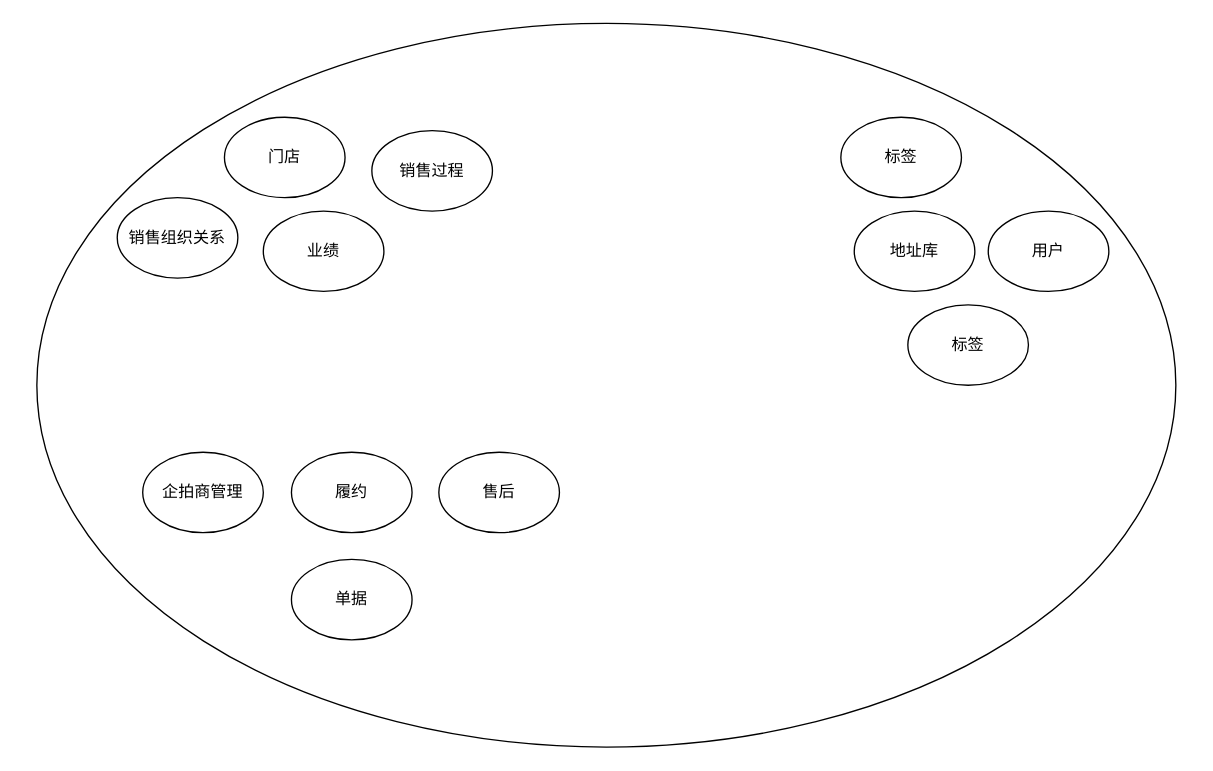
Above: 渠道-2026领域模型.drawio in shixiaoding/draw (draw.io), before the change. Source tidied: cells renumbered, new cells numbered last; positions are measured from the earlier drawing's top-left corner, leaving out a move shared by most shapes. Both pictures are drawn from the tidied source at 134%, with x=0, y=0 at pixel (36, 23).
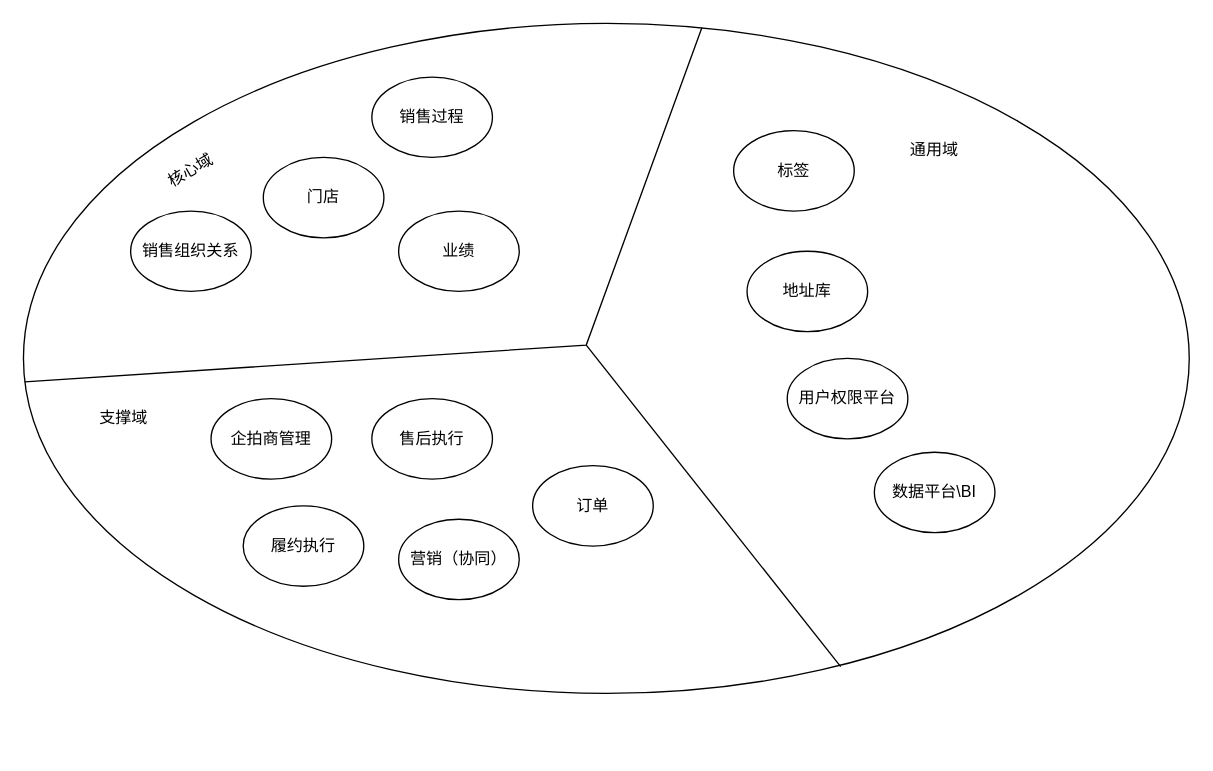
Above is the later version.

Commit message:
更新渠道-2026领域模型.drawio

What changed in the source:
```diff
@@
     <mxCell id="2" style="ellipse;whiteSpace=wrap;html=1;" parent="1" vertex="1">
-      <mxGeometry width="850" height="540" as="geometry" />
+      <mxGeometry x="-10" width="870" height="500" as="geometry" />
     </mxCell>
     <mxCell id="3" value="门店" style="ellipse;whiteSpace=wrap;html=1;" parent="1" vertex="1">
-      <mxGeometry x="140" y="70" width="90" height="60" as="geometry" />
+      <mxGeometry x="169" y="100" width="90" height="60" as="geometry" />
     </mxCell>
     <mxCell id="4" value="业绩" style="ellipse;whiteSpace=wrap;html=1;" parent="1" vertex="1">
-      <mxGeometry x="169" y="140" width="90" height="60" as="geometry" />
+      <mxGeometry x="270" y="140" width="90" height="60" as="geometry" />
     </mxCell>
     <mxCell id="5" value="销售组织关系" style="ellipse;whiteSpace=wrap;html=1;" parent="1" vertex="1">
-      <mxGeometry x="60" y="130" width="90" height="60" as="geometry" />
+      <mxGeometry x="70" y="140" width="90" height="60" as="geometry" />
     </mxCell>
     <mxCell id="6" value="销售过程" style="ellipse;whiteSpace=wrap;html=1;" parent="1" vertex="1">
-      <mxGeometry x="250" y="80" width="90" height="60" as="geometry" />
+      <mxGeometry x="250" y="40" width="90" height="60" as="geometry" />
     </mxCell>
     <mxCell id="7" value="企拍商管理" style="ellipse;whiteSpace=wrap;html=1;" parent="1" vertex="1">
-      <mxGeometry x="79" y="320" width="90" height="60" as="geometry" />
+      <mxGeometry x="130" y="280" width="90" height="60" as="geometry" />
     </mxCell>
-    <mxCell id="8" value="履约" style="ellipse;whiteSpace=wrap;html=1;" parent="1" vertex="1">
-      <mxGeometry x="190" y="320" width="90" height="60" as="geometry" />
+    <mxCell id="8" value="履约执行" style="ellipse;whiteSpace=wrap;html=1;" parent="1" vertex="1">
+      <mxGeometry x="154" y="360" width="90" height="60" as="geometry" />
     </mxCell>
-    <mxCell id="9" value="售后" style="ellipse;whiteSpace=wrap;html=1;" parent="1" vertex="1">
-      <mxGeometry x="300" y="320" width="90" height="60" as="geometry" />
+    <mxCell id="9" value="售后执行" style="ellipse;whiteSpace=wrap;html=1;" parent="1" vertex="1">
+      <mxGeometry x="250" y="280" width="90" height="60" as="geometry" />
     </mxCell>
-    <mxCell id="10" value="单据" style="ellipse;whiteSpace=wrap;html=1;" parent="1" vertex="1">
-      <mxGeometry x="190" y="400" width="90" height="60" as="geometry" />
+    <mxCell id="10" value="订单" style="ellipse;whiteSpace=wrap;html=1;" parent="1" vertex="1">
+      <mxGeometry x="370" y="330" width="90" height="60" as="geometry" />
     </mxCell>
     <mxCell id="11" value="地址库" style="ellipse;whiteSpace=wrap;html=1;" parent="1" vertex="1">
-      <mxGeometry x="610" y="140" width="90" height="60" as="geometry" />
+      <mxGeometry x="530" y="170" width="90" height="60" as="geometry" />
     </mxCell>
     <mxCell id="12" value="标签" style="ellipse;whiteSpace=wrap;html=1;" parent="1" vertex="1">
-      <mxGeometry x="600" y="70" width="90" height="60" as="geometry" />
+      <mxGeometry x="520" y="80" width="90" height="60" as="geometry" />
     </mxCell>
-    <mxCell id="13" value="标签" style="ellipse;whiteSpace=wrap;html=1;" parent="1" vertex="1">
-      <mxGeometry x="650" y="210" width="90" height="60" as="geometry" />
-    </mxCell>
-    <mxCell id="14" value="用户" style="ellipse;whiteSpace=wrap;html=1;" parent="1" vertex="1">
-      <mxGeometry x="710" y="140" width="90" height="60" as="geometry" />
-    </mxCell>
+    <mxCell id="15" value="营销（协同）" style="ellipse;whiteSpace=wrap;html=1;" parent="1" vertex="1">
+      <mxGeometry x="270" y="370" width="90" height="60" as="geometry" />
+    </mxCell>
+    <mxCell id="16" value="核心域" style="text;html=1;whiteSpace=wrap;strokeColor=none;fillColor=none;align=center;verticalAlign=middle;rounded=0;rotation=-30;" parent="1" vertex="1">
+      <mxGeometry x="85" y="95" width="60" height="30" as="geometry" />
+    </mxCell>
+    <mxCell id="17" style="endArrow=none;html=1;rounded=0;exitX=0.001;exitY=0.535;exitDx=0;exitDy=0;exitPerimeter=0;entryX=0.582;entryY=0.006;entryDx=0;entryDy=0;entryPerimeter=0;" parent="1" edge="1" source="2" target="2">
+      <mxGeometry relative="1" as="geometry">
+        <Array as="points">
+          <mxPoint x="410" y="240" />
+        </Array>
+      </mxGeometry>
+    </mxCell>
+    <mxCell id="18" value="支撑域" style="text;html=1;whiteSpace=wrap;strokeColor=none;fillColor=none;align=center;verticalAlign=middle;rounded=0;" parent="1" vertex="1">
+      <mxGeometry x="20" y="280" width="90" height="30" as="geometry" />
+    </mxCell>
+    <mxCell id="19" style="endArrow=none;html=1;rounded=0;entryX=0.701;entryY=0.96;entryDx=0;entryDy=0;entryPerimeter=0;" parent="1" edge="1" target="2">
+      <mxGeometry relative="1" as="geometry">
+        <mxPoint x="410" y="240" as="sourcePoint" />
+      </mxGeometry>
+    </mxCell>
+    <mxCell id="20" value="通用域" style="text;html=1;whiteSpace=wrap;strokeColor=none;fillColor=none;align=center;verticalAlign=middle;rounded=0;" parent="1" vertex="1">
+      <mxGeometry x="640" y="80" width="60" height="30" as="geometry" />
+    </mxCell>
+    <mxCell id="21" value="数据平台\BI" style="ellipse;whiteSpace=wrap;html=1;" parent="1" vertex="1">
+      <mxGeometry x="625" y="320" width="90" height="60" as="geometry" />
+    </mxCell>
+    <mxCell id="22" value="用户权限平台" style="ellipse;whiteSpace=wrap;html=1;" parent="1" vertex="1">
+      <mxGeometry x="560" y="250" width="90" height="60" as="geometry" />
+    </mxCell>
```
